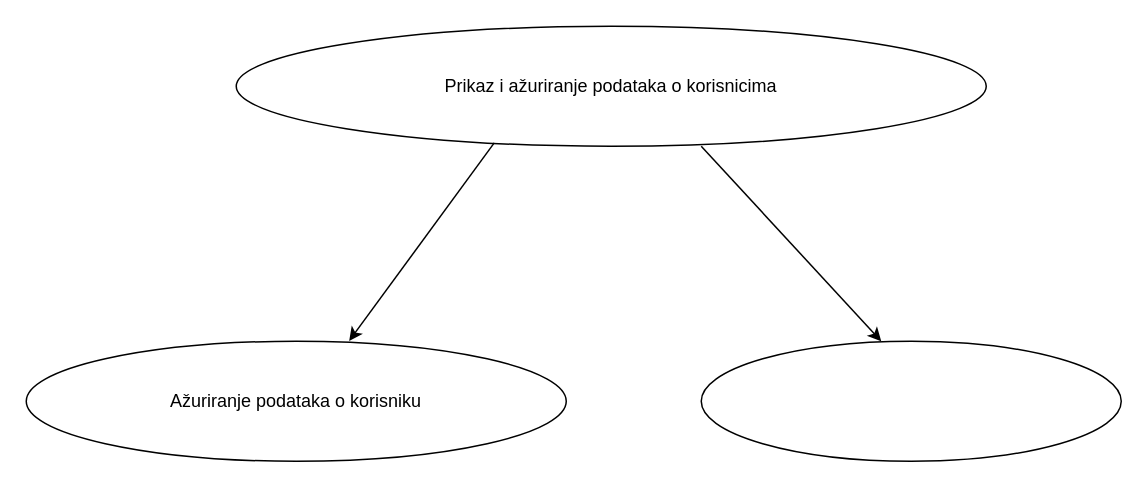
Before: diagram/specifikacija-sistema-diagrami/detaljniUML/prikaz i azuriranje podataka o citaocu/prikaz-azuriranje.drawio in muneveraplojovic/SI-2024, a draw.io diagram. Source tidied: cells renumbered, new cells numbered last; positions are measured from the earlier drawing's top-left corner, leaving out a move shared by most shapes. Both pictures are drawn from the tidied source at 150%, with x=0, y=0 at pixel (26, 26).
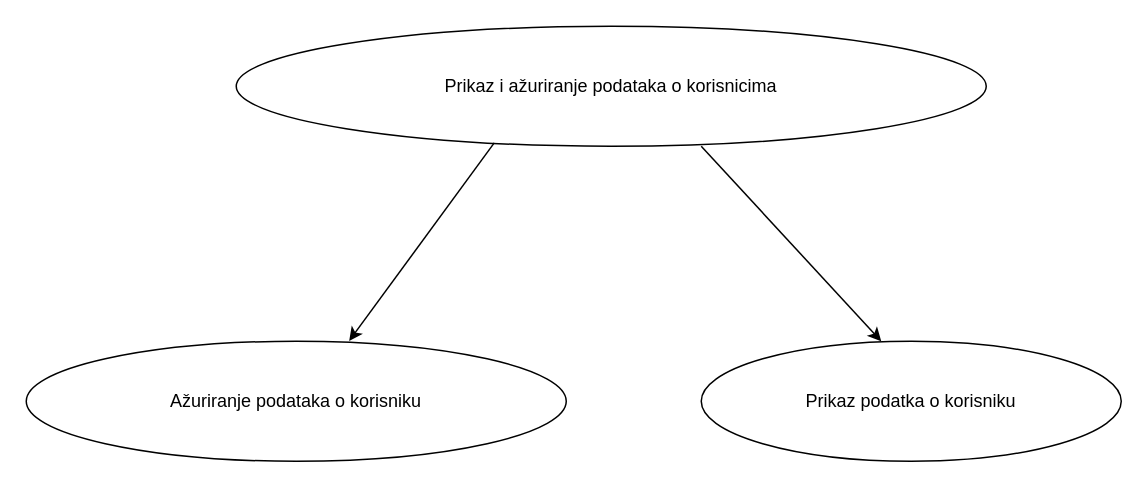
The same page after the edit.

Diff of the diagram source:
```diff
@@
 <mxGraphModel>
   <root>
     <mxCell id="0" />
     <mxCell id="1" parent="0" />
     <mxCell id="2" value="Prikaz i ažuriranje podataka o korisnicima" style="ellipse;whiteSpace=wrap;html=1;" parent="1" vertex="1">
       <mxGeometry x="140" width="500" height="80" as="geometry" />
     </mxCell>
     <mxCell id="3" value="Ažuriranje podataka o korisniku" style="ellipse;whiteSpace=wrap;html=1;" parent="1" vertex="1">
       <mxGeometry y="210" width="360" height="80" as="geometry" />
     </mxCell>
     <mxCell id="4" style="endArrow=classic;html=1;rounded=0;entryX=0.598;entryY=-0.003;entryDx=0;entryDy=0;entryPerimeter=0;exitX=0.344;exitY=0.972;exitDx=0;exitDy=0;exitPerimeter=0;" parent="1" edge="1" source="2" target="3">
       <mxGeometry relative="1" as="geometry" />
     </mxCell>
     <mxCell id="5" style="endArrow=classic;html=1;rounded=0;exitX=0.62;exitY=1;exitDx=0;exitDy=0;exitPerimeter=0;" parent="1" edge="1" source="2">
       <mxGeometry relative="1" as="geometry">
         <mxPoint x="570" y="210" as="targetPoint" />
       </mxGeometry>
     </mxCell>
-    <mxCell id="6" style="ellipse;whiteSpace=wrap;html=1;" parent="1" vertex="1">
+    <mxCell id="6" value="&lt;font color=&quot;#000000&quot;&gt;Prikaz podatka o korisniku&lt;/font&gt;" style="ellipse;whiteSpace=wrap;html=1;" parent="1" vertex="1">
       <mxGeometry x="450" y="210" width="280" height="80" as="geometry" />
     </mxCell>
   </root>
 </mxGraphModel>
```
